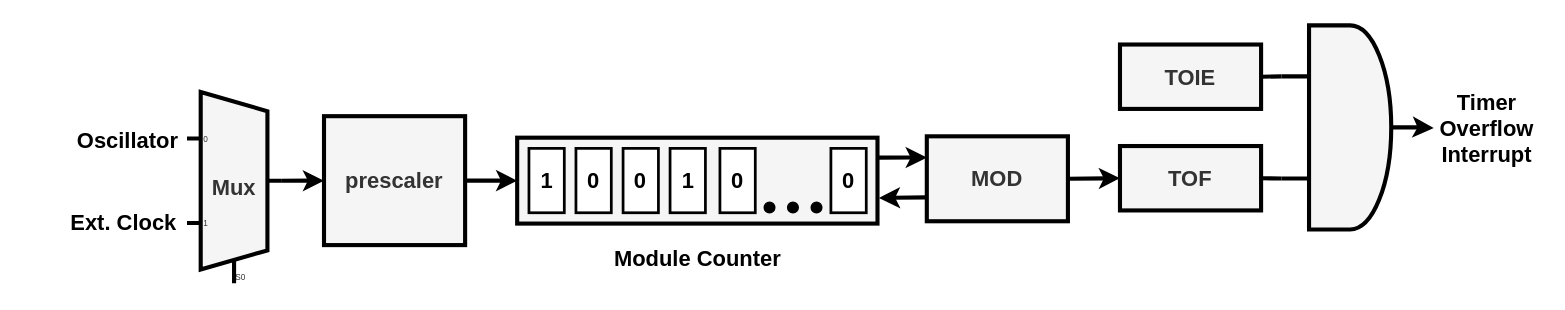
Doly02/thesis keeps this draw.io diagram as diagrams/timer/timer.drawio. Above is the earlier version. Source tidied: cells renumbered, new cells numbered last; positions are measured from the earlier drawing's top-left corner, leaving out a move shared by most shapes. Both pictures are drawn from the tidied source at 137%, with x=0, y=0 at pixel (67, 25).
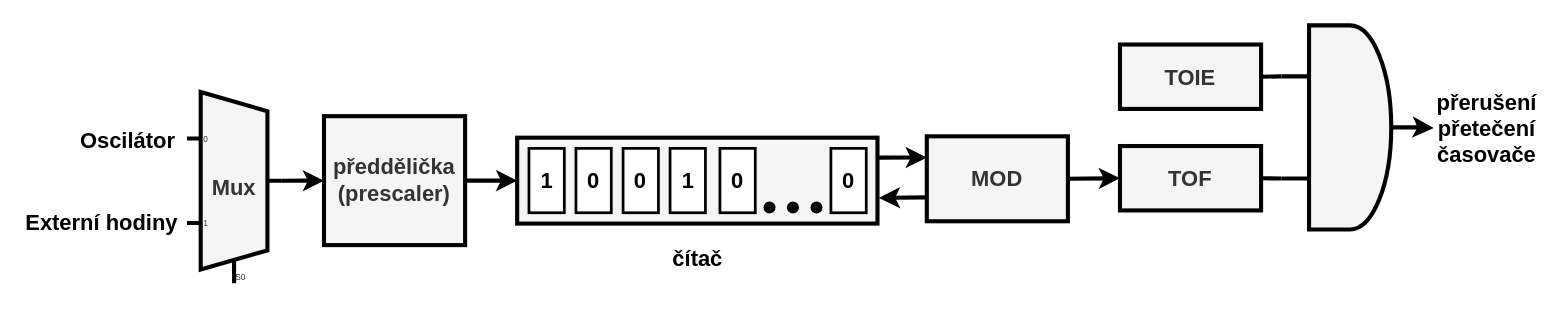
The same page after the edit.

Commit message (it also covers changes not shown here):
[TECH_REPORT] Updates Diagrams.

The edit, as a diff of the source:
```diff
@@
-    <mxCell id="2" value="&lt;div&gt;&lt;font style=&quot;font-size: 16px;&quot;&gt;&lt;b&gt;Timer&lt;/b&gt;&lt;/font&gt;&lt;/div&gt;&lt;font style=&quot;font-size: 16px;&quot;&gt;&lt;b&gt;Overflow&lt;/b&gt;&lt;/font&gt;&lt;div&gt;&lt;font style=&quot;font-size: 16px;&quot;&gt;&lt;b&gt;Interrupt&lt;/b&gt;&lt;/font&gt;&lt;/div&gt;" style="text;html=1;align=center;verticalAlign=middle;whiteSpace=wrap;rounded=0;" parent="1" vertex="1">
+    <mxCell id="2" value="&lt;div&gt;&lt;span style=&quot;font-size: 16px;&quot;&gt;&lt;b&gt;přerušení&lt;/b&gt;&lt;/span&gt;&lt;/div&gt;&lt;div&gt;&lt;span style=&quot;font-size: 16px;&quot;&gt;&lt;b&gt;přetečení&lt;/b&gt;&lt;/span&gt;&lt;/div&gt;&lt;div&gt;&lt;span style=&quot;font-size: 16px;&quot;&gt;&lt;b&gt;časovače&lt;/b&gt;&lt;/span&gt;&lt;/div&gt;" style="text;html=1;align=center;verticalAlign=middle;whiteSpace=wrap;rounded=0;" parent="1" vertex="1">
       <mxGeometry x="996" y="54.5" width="80" height="40" as="geometry" />
     </mxCell>
-    <mxCell id="3" value="&lt;b&gt;&lt;font style=&quot;font-size: 16px;&quot;&gt;prescaler&lt;/font&gt;&lt;/b&gt;" style="rounded=0;whiteSpace=wrap;html=1;strokeWidth=3;fillColor=#f5f5f5;fontColor=#333333;strokeColor=#000000;" parent="1" vertex="1">
+    <mxCell id="3" value="&lt;div&gt;&lt;b&gt;&lt;font style=&quot;font-size: 16px;&quot;&gt;předdělička&lt;/font&gt;&lt;/b&gt;&lt;/div&gt;&lt;b&gt;&lt;font style=&quot;font-size: 16px;&quot;&gt;(prescaler)&lt;/font&gt;&lt;/b&gt;" style="rounded=0;whiteSpace=wrap;html=1;strokeWidth=3;fillColor=#f5f5f5;fontColor=#333333;strokeColor=#000000;" parent="1" vertex="1">
       <mxGeometry x="187" y="66.3" width="103" height="94.1" as="geometry" />
     </mxCell>
@@
-    <mxCell id="7" value="&lt;font style=&quot;font-size: 16px;&quot;&gt;&lt;b&gt;Module Counter&lt;/b&gt;&lt;/font&gt;" style="text;html=1;align=center;verticalAlign=middle;whiteSpace=wrap;rounded=0;" parent="1" vertex="1">
+    <mxCell id="7" value="&lt;span style=&quot;font-size: 16px;&quot;&gt;&lt;b&gt;čítač&lt;/b&gt;&lt;/span&gt;" style="text;html=1;align=center;verticalAlign=middle;whiteSpace=wrap;rounded=0;" parent="1" vertex="1">
       <mxGeometry x="373.7" y="154" width="171.7" height="32.1" as="geometry" />
     </mxCell>
@@
-    <mxCell id="19" value="&lt;font style=&quot;font-size: 16px;&quot;&gt;&lt;b&gt;Oscillator&lt;/b&gt;&lt;/font&gt;" style="text;html=1;align=center;verticalAlign=middle;whiteSpace=wrap;rounded=0;" parent="1" vertex="1">
+    <mxCell id="19" value="&lt;font style=&quot;font-size: 16px;&quot;&gt;&lt;b&gt;Oscilátor&lt;/b&gt;&lt;/font&gt;" style="text;html=1;align=center;verticalAlign=middle;whiteSpace=wrap;rounded=0;" parent="1" vertex="1">
       <mxGeometry x="6" y="68.7" width="76" height="30" as="geometry" />
     </mxCell>
-    <mxCell id="20" value="&lt;font style=&quot;font-size: 16px;&quot;&gt;&lt;b&gt;Ext. Clock&lt;/b&gt;&lt;/font&gt;" style="text;html=1;align=center;verticalAlign=middle;whiteSpace=wrap;rounded=0;" parent="1" vertex="1">
-      <mxGeometry y="128.7" width="82" height="30" as="geometry" />
+    <mxCell id="20" value="&lt;font style=&quot;font-size: 16px;&quot;&gt;&lt;b&gt;Externí hodiny&lt;/b&gt;&lt;/font&gt;" style="text;html=1;align=center;verticalAlign=middle;whiteSpace=wrap;rounded=0;" parent="1" vertex="1">
+      <mxGeometry x="-32" y="128.7" width="114" height="30" as="geometry" />
     </mxCell>
```
